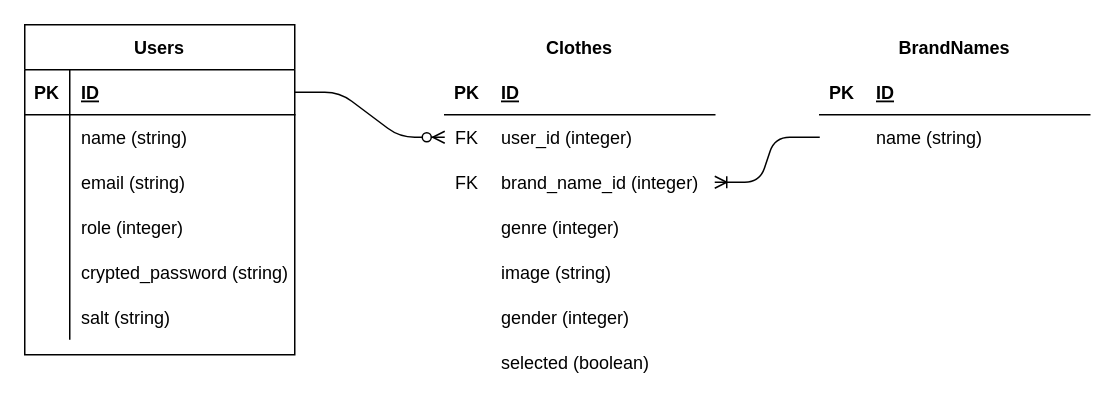
Earlier version of the draw.io diagram er.drawio (kaze0000/LOOK). Source tidied: cells renumbered, new cells numbered last; positions are measured from the earlier drawing's top-left corner, leaving out a move shared by most shapes. Both pictures are drawn from the tidied source at 150%, with x=0, y=0 at pixel (24, 24).
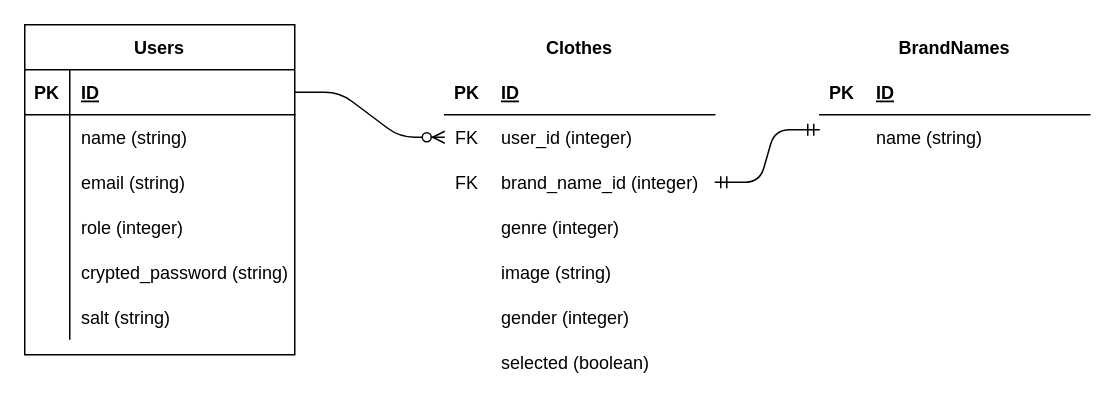
After the change.

Commit message (it also covers changes not shown here):
ER図の見直し

Unchanged cells that the change refers to:
```xml
<mxCell id="28" style="shape=partialRectangle;fillColor=none;top=0;left=0;bottom=0;right=0;points=[[0,0.5],[1,0.5]];portConstraint=eastwest;" parent="21" vertex="1">
  <mxGeometry y="90" width="180" height="30" as="geometry" />
</mxCell>
<mxCell id="48" style="shape=partialRectangle;fillColor=none;top=0;left=0;bottom=0;right=0;points=[[0,0.5],[1,0.5]];portConstraint=eastwest;" parent="44" vertex="1">
  <mxGeometry y="60" width="180" height="30" as="geometry" />
</mxCell>
```

The edit, as a diff of the source:
```diff
@@
-    <mxCell id="57" style="edgeStyle=entityRelationEdgeStyle;fontSize=12;html=1;endArrow=ERoneToMany;exitX=0;exitY=0.5;exitDx=0;exitDy=0;exitPerimeter=0;" parent="1" edge="1" source="48" target="28">
-      <mxGeometry relative="1" as="geometry" />
+    <mxCell id="57" style="edgeStyle=entityRelationEdgeStyle;fontSize=12;html=1;endArrow=ERmandOne;startArrow=ERmandOne;" parent="1" edge="1" source="28">
+      <mxGeometry relative="1" as="geometry">
+        <mxPoint x="530" y="70" as="targetPoint" />
+      </mxGeometry>
     </mxCell>
```
